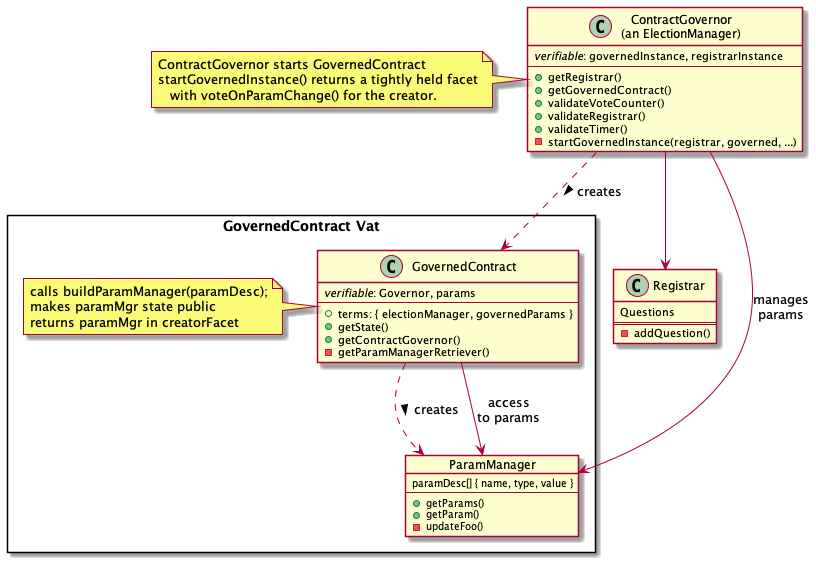
Before: packages/governance/docs/contractGovernance.png, a diagram exported from PlantUML (Agoric/agoric-sdk). Its diagram source:
```plantuml
@startuml contract governance

package "GovernedContract Vat" <<Rectangle>>  {
    Object ParamManager {
        paramDesc[] { name, type, value }
        --
        +getParams()
        +getParam()
        -updateFoo()
    }

    class GovernedContract {
        <i>verifiable</i>: Governor, params
        --
        +terms: { electionManager, governedParams }
        +getState()
        +getContractGovernor()
        -getParamManagerRetriever()
    }
    note  left : calls buildParamManager(paramDesc);\nmakes paramMgr state public\nreturns paramMgr in creatorFacet
}

class "ContractGovernor\n(an ElectionManager)" as ContractGovernor {
    <i>verifiable</i>: governedInstance, registrarInstance
    --
    +getRegistrar()
    +getGovernedContract()
    +validateVoteCounter()
    +validateRegistrar()
    +validateTimer()
    -startGovernedInstance(registrar, governed, ...)
}
note left : ContractGovernor starts GovernedContract\nstartGovernedInstance() returns a tightly held facet\n   with voteOnParamChange() for the creator.

class Registrar {
    Questions
    ===
    -addQuestion()
}

GovernedContract ..> ParamManager : creates >
GovernedContract --> ParamManager : access\nto params
ContractGovernor ..> GovernedContract : creates >
ContractGovernor --> Registrar
ContractGovernor ==> ParamManager : manages\nparams

@enduml
```
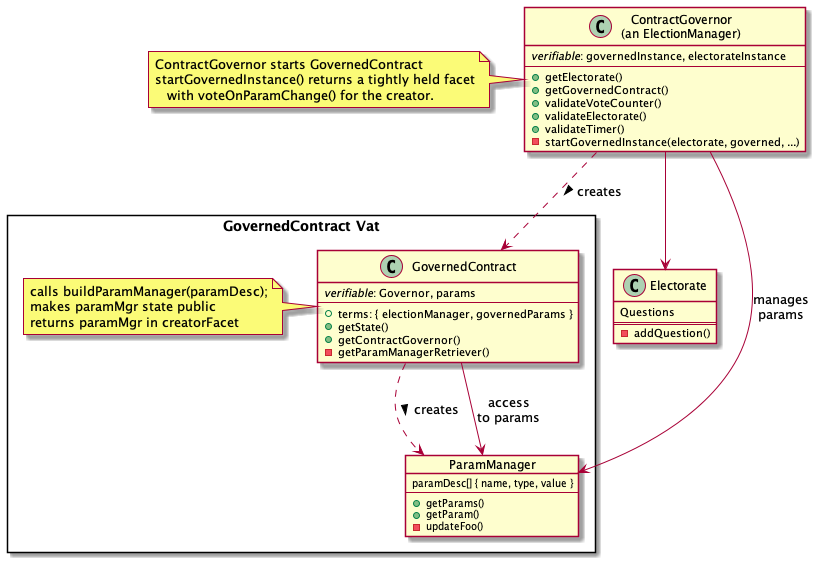
Later version of the same file.

Commit message:
docs: regenerate governance diagrams

Diff of the diagram source:
```diff
@@ -1,4 +1,4 @@
-@startuml contract governance
+@startuml contractGovernance
 
 package "GovernedContract Vat" <<Rectangle>>  {
     Object ParamManager {
@@ -21,18 +21,18 @@
 }
 
 class "ContractGovernor\n(an ElectionManager)" as ContractGovernor {
-    <i>verifiable</i>: governedInstance, registrarInstance
+    <i>verifiable</i>: governedInstance, electorateInstance
     --
-    +getRegistrar()
+    +getElectorate()
     +getGovernedContract()
     +validateVoteCounter()
-    +validateRegistrar()
+    +validateElectorate()
     +validateTimer()
-    -startGovernedInstance(registrar, governed, ...)
+    -startGovernedInstance(electorate, governed, ...)
 }
 note left : ContractGovernor starts GovernedContract\nstartGovernedInstance() returns a tightly held facet\n   with voteOnParamChange() for the creator.
 
-class Registrar {
+class Electorate {
     Questions
     ===
     -addQuestion()
@@ -41,7 +41,7 @@
 GovernedContract ..> ParamManager : creates >
 GovernedContract --> ParamManager : access\nto params
 ContractGovernor ..> GovernedContract : creates >
-ContractGovernor --> Registrar
+ContractGovernor --> Electorate
 ContractGovernor ==> ParamManager : manages\nparams
 
 @enduml
```
